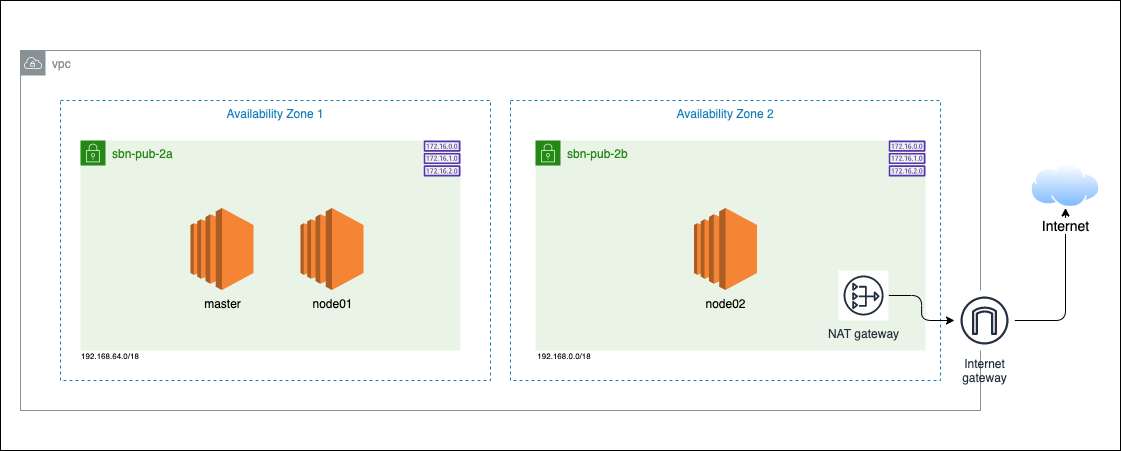
This is img/diagram_before.png from lessandro-ugulino/ec2-docker-swarm-automation, a draw.io export, as it was before one commit. Source tidied: cells renumbered, new cells last; positions are measured from the earlier drawing's top-left corner, leaving out a move shared by most shapes.
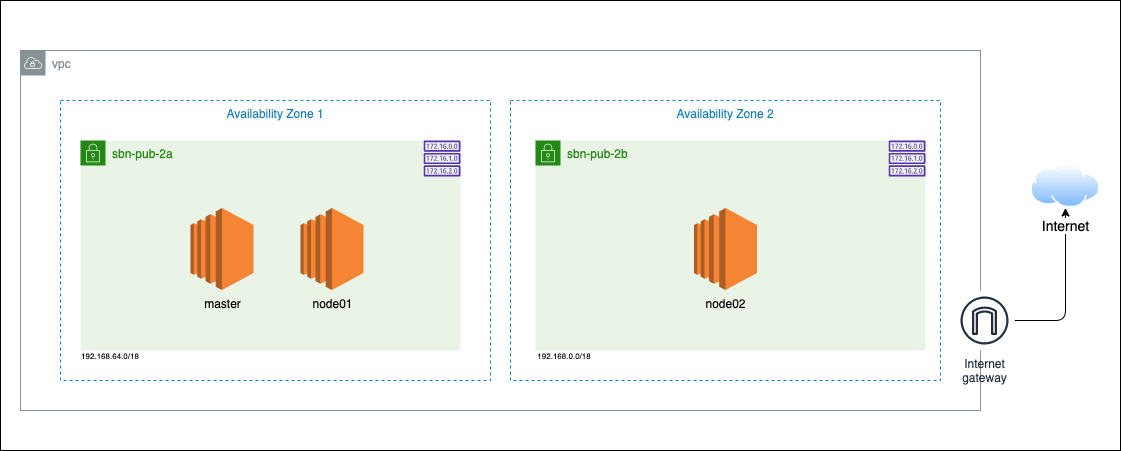
Later version of the same file.

Change to the diagram source:
```diff
@@ -23,12 +23,6 @@
     <mxCell id="8" value="Internet&#10;gateway" style="outlineConnect=0;fontColor=#232F3E;gradientColor=none;strokeColor=#232F3E;fillColor=#ffffff;dashed=0;verticalLabelPosition=bottom;verticalAlign=top;align=center;html=1;fontSize=12;fontStyle=0;shape=mxgraph.aws4.resourceIcon;resIcon=mxgraph.aws4.internet_gateway;" parent="1" vertex="1">
       <mxGeometry x="954" y="290" width="60" height="60" as="geometry" />
     </mxCell>
-    <mxCell id="9" style="edgeStyle=orthogonalEdgeStyle;rounded=1;jettySize=auto;html=1;" parent="1" edge="1" source="10" target="8">
-      <mxGeometry relative="1" as="geometry" />
-    </mxCell>
-    <mxCell id="10" value="NAT gateway" style="outlineConnect=0;fontColor=#232F3E;gradientColor=none;strokeColor=#232F3E;fillColor=#ffffff;dashed=0;verticalLabelPosition=bottom;verticalAlign=top;align=center;html=1;fontSize=12;fontStyle=0;shape=mxgraph.aws4.resourceIcon;resIcon=mxgraph.aws4.nat_gateway;" parent="1" vertex="1">
-      <mxGeometry x="838" y="270" width="50" height="50" as="geometry" />
-    </mxCell>
     <mxCell id="11" value="sbn-pub-2a" style="gradientColor=none;html=1;whiteSpace=wrap;fontSize=12;fontStyle=0;shape=mxgraph.aws4.group;grIcon=mxgraph.aws4.group_security_group;grStroke=0;strokeColor=#248814;fillColor=#E9F3E6;verticalAlign=top;align=left;spacingLeft=30;fontColor=#248814;dashed=0;" parent="1" vertex="1">
       <mxGeometry x="80" y="140" width="380" height="210" as="geometry" />
     </mxCell>
```
